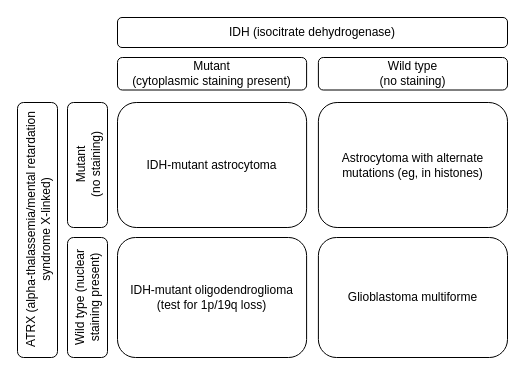
Earlier version of the draw.io diagram page "2x2" (1 of 3) of IDH-ATRX.drawio (vaovechk/IDH-ATRX). Source tidied: cells renumbered, new cells numbered last; positions are measured from the earlier drawing's top-left corner, leaving out a move shared by most shapes. Both pictures are drawn from the tidied source at 100%, with x=0, y=0 at pixel (17, 17).
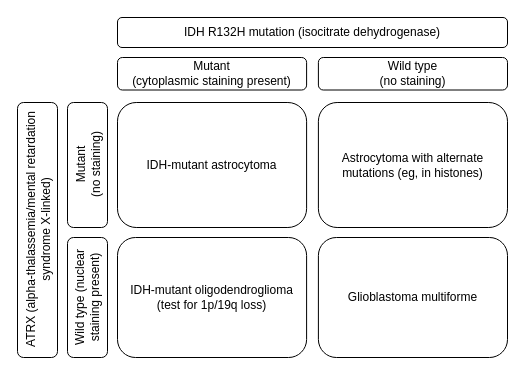
After the change.

Change to the diagram source:
```diff
@@
 <mxGraphModel>
   <root>
     <mxCell id="0" />
     <mxCell id="1" parent="0" />
-    <mxCell id="2" value="IDH (isocitrate dehydrogenase)" style="rounded=1;whiteSpace=wrap;html=1;" parent="1" vertex="1">
+    <mxCell id="2" value="IDH R132H mutation (isocitrate dehydrogenase)" style="rounded=1;whiteSpace=wrap;html=1;" parent="1" vertex="1">
       <mxGeometry x="100" width="390" height="30" as="geometry" />
     </mxCell>
     <mxCell id="3" value="&lt;div&gt;Mutant&lt;/div&gt;&lt;div&gt;(cytoplasmic staining present)&lt;br&gt;&lt;/div&gt;" style="rounded=1;whiteSpace=wrap;html=1;" parent="1" vertex="1">
       <mxGeometry x="100" y="40" width="189.1" height="32.5" as="geometry" />
     </mxCell>
     <mxCell id="4" value="&lt;div&gt;Wild type&lt;/div&gt;&lt;div&gt;(no staining)&lt;/div&gt;" style="rounded=1;whiteSpace=wrap;html=1;" parent="1" vertex="1">
       <mxGeometry x="300.9" y="40" width="189.1" height="32.5" as="geometry" />
     </mxCell>
     <mxCell id="5" value="IDH-mutant astrocytoma" style="rounded=1;whiteSpace=wrap;html=1;" parent="1" vertex="1">
       <mxGeometry x="100" y="85" width="189.1" height="125" as="geometry" />
     </mxCell>
     <mxCell id="6" value="Astrocytoma with alternate mutations (eg, in histones)" style="rounded=1;whiteSpace=wrap;html=1;" parent="1" vertex="1">
       <mxGeometry x="300.9" y="85" width="189.1" height="125" as="geometry" />
     </mxCell>
     <mxCell id="7" value="&lt;div&gt;Mutant&lt;/div&gt;&lt;div&gt;(no staining)&lt;/div&gt;" style="rounded=1;whiteSpace=wrap;html=1;horizontal=0;" parent="1" vertex="1">
       <mxGeometry x="50" y="85" width="40" height="125" as="geometry" />
     </mxCell>
     <mxCell id="8" value="Wild type (nuclear staining present)" style="rounded=1;whiteSpace=wrap;html=1;horizontal=0;" parent="1" vertex="1">
       <mxGeometry x="50" y="220" width="40" height="120" as="geometry" />
     </mxCell>
     <mxCell id="9" value="&lt;div&gt;IDH-mutant oligodendroglioma&lt;/div&gt;&lt;div&gt;(test for 1p/19q loss)&lt;br&gt;&lt;/div&gt;" style="rounded=1;whiteSpace=wrap;html=1;" parent="1" vertex="1">
       <mxGeometry x="100" y="220" width="189.1" height="120" as="geometry" />
     </mxCell>
     <mxCell id="10" value="Glioblastoma multiforme" style="rounded=1;whiteSpace=wrap;html=1;" parent="1" vertex="1">
       <mxGeometry x="300.9" y="220" width="189.1" height="120" as="geometry" />
     </mxCell>
     <mxCell id="11" value="&lt;div&gt;ATRX (alpha-thalassemia/mental retardation syndrome X-linked)&lt;br&gt;&lt;/div&gt;" style="rounded=1;whiteSpace=wrap;html=1;horizontal=0;" parent="1" vertex="1">
       <mxGeometry y="85" width="40" height="255" as="geometry" />
     </mxCell>
   </root>
 </mxGraphModel>
```
